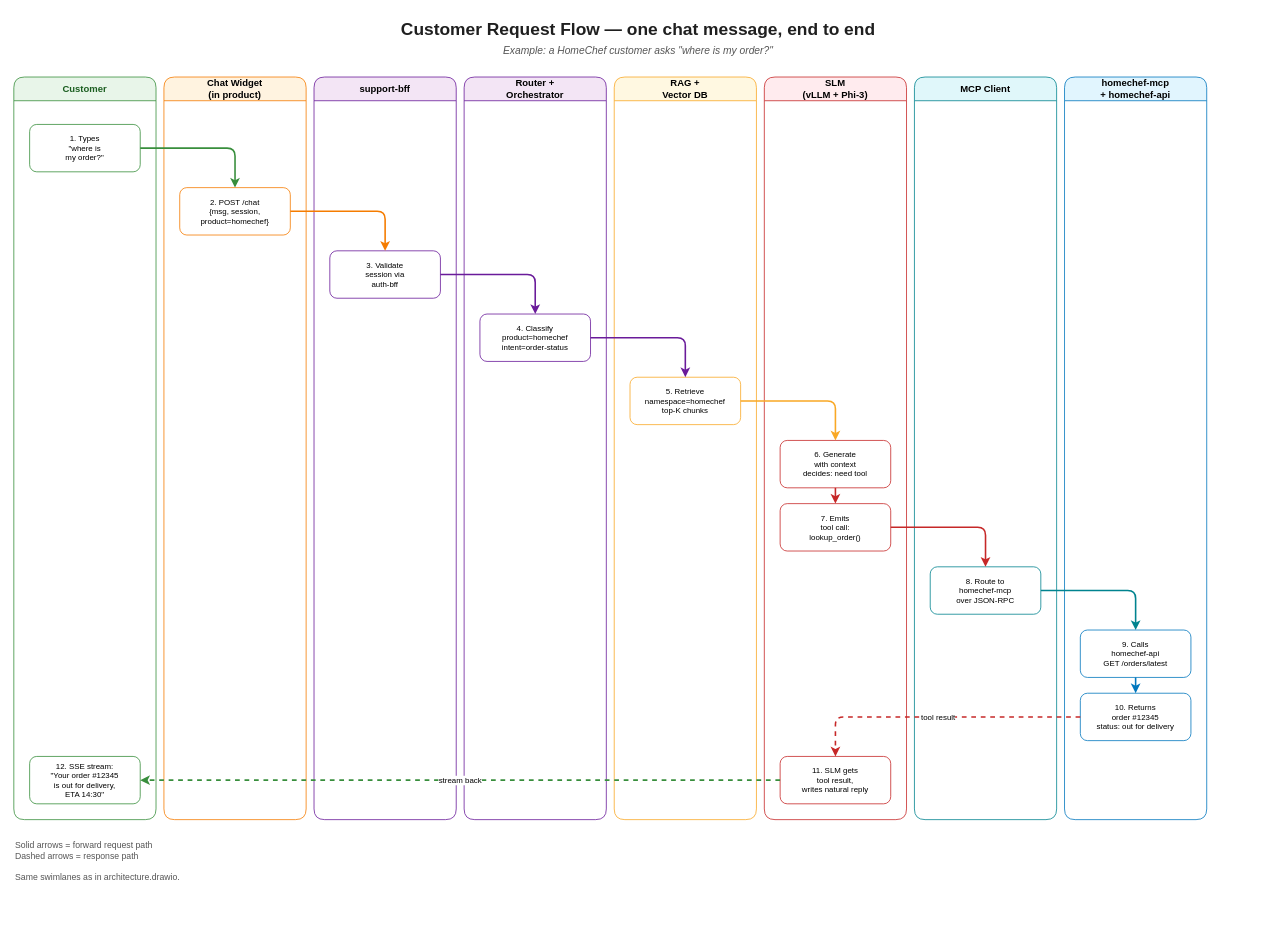
The draw.io diagram docs/diagrams/customer-flow.drawio in tesserix/slm-support-platform, before the edit. Source tidied: cells renumbered, new cells numbered last; positions are measured from the earlier drawing's top-left corner, leaving out a move shared by most shapes. Both pictures are drawn from the tidied source at 79%, with x=0, y=0 at pixel (13, 13).
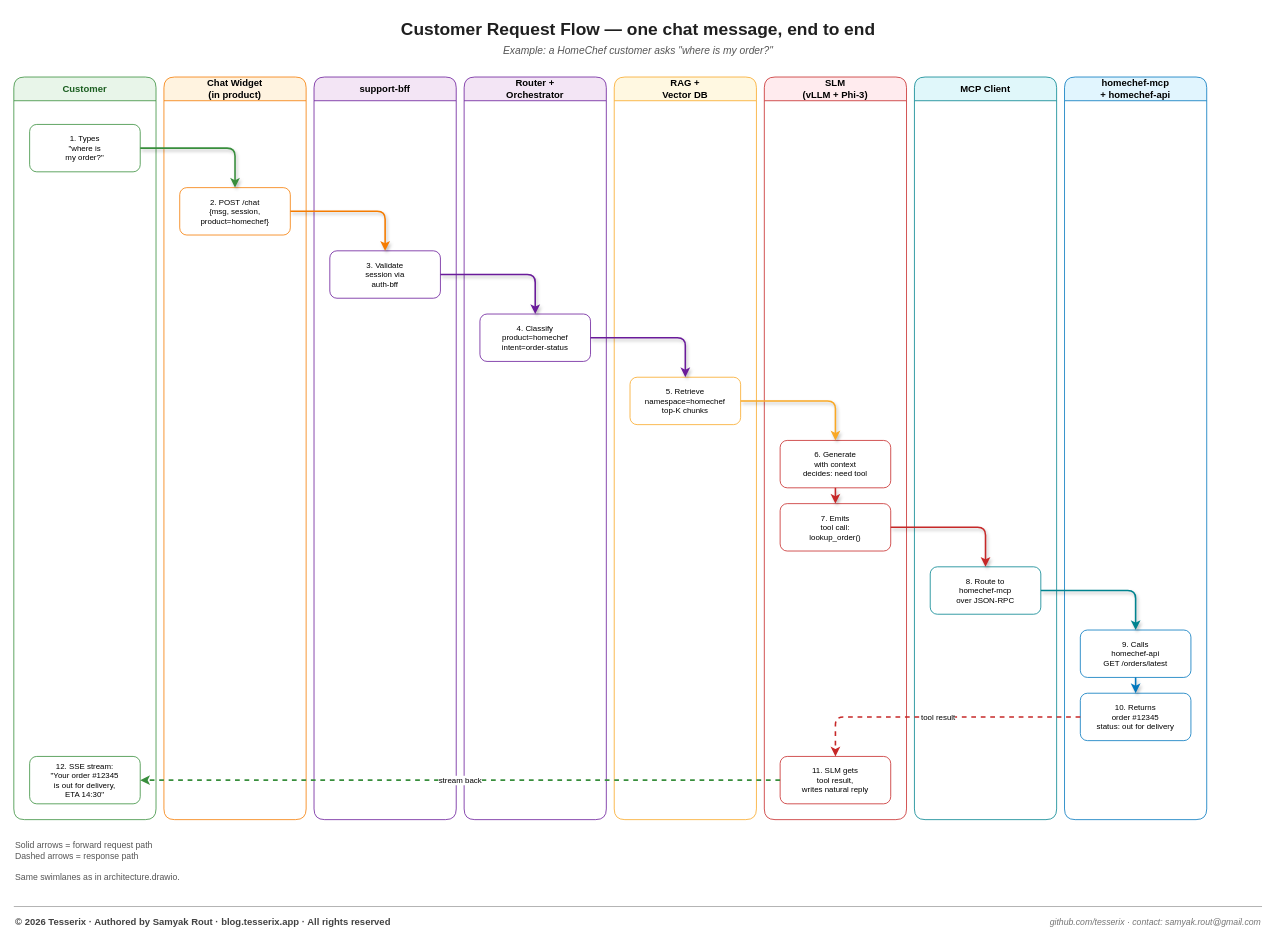
After the change.

Unchanged cells that the change refers to:
```xml
<mxCell id="12" value="1. Types&#10;&quot;where is&#10;my order?&quot;" style="rounded=1;whiteSpace=wrap;html=1;fillColor=#FFFFFF;strokeColor=#388E3C;fontSize=10;align=center;" parent="1" vertex="1">
  <mxGeometry x="20" y="140" width="140" height="60" as="geometry" />
</mxCell>
<mxCell id="13" value="2. POST /chat&#10;{msg, session,&#10;product=homechef}" style="rounded=1;whiteSpace=wrap;html=1;fillColor=#FFFFFF;strokeColor=#F57C00;fontSize=10;align=center;" parent="1" vertex="1">
  <mxGeometry x="210" y="220" width="140" height="60" as="geometry" />
</mxCell>
<mxCell id="14" value="3. Validate&#10;session via&#10;auth-bff" style="rounded=1;whiteSpace=wrap;html=1;fillColor=#FFFFFF;strokeColor=#6A1B9A;fontSize=10;align=center;" parent="1" vertex="1">
  <mxGeometry x="400" y="300" width="140" height="60" as="geometry" />
</mxCell>
<mxCell id="15" value="4. Classify&#10;product=homechef&#10;intent=order-status" style="rounded=1;whiteSpace=wrap;html=1;fillColor=#FFFFFF;strokeColor=#6A1B9A;fontSize=10;align=center;" parent="1" vertex="1">
  <mxGeometry x="590" y="380" width="140" height="60" as="geometry" />
</mxCell>
<mxCell id="16" value="5. Retrieve&#10;namespace=homechef&#10;top-K chunks" style="rounded=1;whiteSpace=wrap;html=1;fillColor=#FFFFFF;strokeColor=#F9A825;fontSize=10;align=center;" parent="1" vertex="1">
  <mxGeometry x="780" y="460" width="140" height="60" as="geometry" />
</mxCell>
<mxCell id="17" value="6. Generate&#10;with context&#10;decides: need tool" style="rounded=1;whiteSpace=wrap;html=1;fillColor=#FFFFFF;strokeColor=#C62828;fontSize=10;align=center;" parent="1" vertex="1">
  <mxGeometry x="970" y="540" width="140" height="60" as="geometry" />
</mxCell>
<mxCell id="18" value="7. Emits&#10;tool call:&#10;lookup_order()" style="rounded=1;whiteSpace=wrap;html=1;fillColor=#FFFFFF;strokeColor=#C62828;fontSize=10;align=center;" parent="1" vertex="1">
  <mxGeometry x="970" y="620" width="140" height="60" as="geometry" />
</mxCell>
<mxCell id="19" value="8. Route to&#10;homechef-mcp&#10;over JSON-RPC" style="rounded=1;whiteSpace=wrap;html=1;fillColor=#FFFFFF;strokeColor=#00838F;fontSize=10;align=center;" parent="1" vertex="1">
  <mxGeometry x="1160" y="700" width="140" height="60" as="geometry" />
</mxCell>
<mxCell id="20" value="9. Calls&#10;homechef-api&#10;GET /orders/latest" style="rounded=1;whiteSpace=wrap;html=1;fillColor=#FFFFFF;strokeColor=#0277BD;fontSize=10;align=center;" parent="1" vertex="1">
  <mxGeometry x="1350" y="780" width="140" height="60" as="geometry" />
</mxCell>
<mxCell id="21" value="10. Returns&#10;order #12345&#10;status: out for delivery" style="rounded=1;whiteSpace=wrap;html=1;fillColor=#FFFFFF;strokeColor=#0277BD;fontSize=10;align=center;" parent="1" vertex="1">
  <mxGeometry x="1350" y="860" width="140" height="60" as="geometry" />
</mxCell>
```

Diff of the diagram source:
```diff
@@
-    <mxCell id="24" style="endArrow=classic;html=1;rounded=1;edgeStyle=orthogonalEdgeStyle;strokeColor=#388E3C;strokeWidth=2;" parent="1" edge="1" source="12" target="13">
+    <mxCell id="24" style="endArrow=classic;html=1;rounded=1;edgeStyle=orthogonalEdgeStyle;strokeColor=#388E3C;strokeWidth=2;flowAnimation=1;shadow=1;" parent="1" edge="1" source="12" target="13">
       <mxGeometry relative="1" as="geometry" />
     </mxCell>
-    <mxCell id="25" style="endArrow=classic;html=1;rounded=1;edgeStyle=orthogonalEdgeStyle;strokeColor=#F57C00;strokeWidth=2;" parent="1" edge="1" source="13" target="14">
+    <mxCell id="25" style="endArrow=classic;html=1;rounded=1;edgeStyle=orthogonalEdgeStyle;strokeColor=#F57C00;strokeWidth=2;flowAnimation=1;shadow=1;" parent="1" edge="1" source="13" target="14">
       <mxGeometry relative="1" as="geometry" />
     </mxCell>
-    <mxCell id="26" style="endArrow=classic;html=1;rounded=1;edgeStyle=orthogonalEdgeStyle;strokeColor=#6A1B9A;strokeWidth=2;" parent="1" edge="1" source="14" target="15">
+    <mxCell id="26" style="endArrow=classic;html=1;rounded=1;edgeStyle=orthogonalEdgeStyle;strokeColor=#6A1B9A;strokeWidth=2;flowAnimation=1;shadow=1;" parent="1" edge="1" source="14" target="15">
       <mxGeometry relative="1" as="geometry" />
     </mxCell>
-    <mxCell id="27" style="endArrow=classic;html=1;rounded=1;edgeStyle=orthogonalEdgeStyle;strokeColor=#6A1B9A;strokeWidth=2;" parent="1" edge="1" source="15" target="16">
+    <mxCell id="27" style="endArrow=classic;html=1;rounded=1;edgeStyle=orthogonalEdgeStyle;strokeColor=#6A1B9A;strokeWidth=2;flowAnimation=1;shadow=1;" parent="1" edge="1" source="15" target="16">
       <mxGeometry relative="1" as="geometry" />
     </mxCell>
-    <mxCell id="28" style="endArrow=classic;html=1;rounded=1;edgeStyle=orthogonalEdgeStyle;strokeColor=#F9A825;strokeWidth=2;" parent="1" edge="1" source="16" target="17">
+    <mxCell id="28" style="endArrow=classic;html=1;rounded=1;edgeStyle=orthogonalEdgeStyle;strokeColor=#F9A825;strokeWidth=2;flowAnimation=1;shadow=1;" parent="1" edge="1" source="16" target="17">
       <mxGeometry relative="1" as="geometry" />
     </mxCell>
-    <mxCell id="29" style="endArrow=classic;html=1;rounded=1;edgeStyle=none;strokeColor=#C62828;strokeWidth=2;" parent="1" edge="1" source="17" target="18">
+    <mxCell id="29" style="endArrow=classic;html=1;rounded=1;edgeStyle=none;strokeColor=#C62828;strokeWidth=2;flowAnimation=1;shadow=1;" parent="1" edge="1" source="17" target="18">
       <mxGeometry relative="1" as="geometry" />
     </mxCell>
-    <mxCell id="30" style="endArrow=classic;html=1;rounded=1;edgeStyle=orthogonalEdgeStyle;strokeColor=#C62828;strokeWidth=2;" parent="1" edge="1" source="18" target="19">
+    <mxCell id="30" style="endArrow=classic;html=1;rounded=1;edgeStyle=orthogonalEdgeStyle;strokeColor=#C62828;strokeWidth=2;flowAnimation=1;shadow=1;" parent="1" edge="1" source="18" target="19">
       <mxGeometry relative="1" as="geometry" />
     </mxCell>
-    <mxCell id="31" style="endArrow=classic;html=1;rounded=1;edgeStyle=orthogonalEdgeStyle;strokeColor=#00838F;strokeWidth=2;" parent="1" edge="1" source="19" target="20">
+    <mxCell id="31" style="endArrow=classic;html=1;rounded=1;edgeStyle=orthogonalEdgeStyle;strokeColor=#00838F;strokeWidth=2;flowAnimation=1;shadow=1;" parent="1" edge="1" source="19" target="20">
       <mxGeometry relative="1" as="geometry" />
     </mxCell>
-    <mxCell id="32" style="endArrow=classic;html=1;rounded=1;edgeStyle=none;strokeColor=#0277BD;strokeWidth=2;" parent="1" edge="1" source="20" target="21">
+    <mxCell id="32" style="endArrow=classic;html=1;rounded=1;edgeStyle=none;strokeColor=#0277BD;strokeWidth=2;flowAnimation=1;shadow=1;" parent="1" edge="1" source="20" target="21">
       <mxGeometry relative="1" as="geometry" />
     </mxCell>
@@
+    <mxCell id="36" style="endArrow=none;html=1;rounded=0;strokeColor=#9E9E9E;strokeWidth=1;" parent="1" edge="1">
+      <mxGeometry relative="1" as="geometry">
+        <mxPoint y="1130" as="sourcePoint" />
+        <mxPoint x="1580" y="1130" as="targetPoint" />
+      </mxGeometry>
+    </mxCell>
+    <mxCell id="37" value="© 2026 Tesserix · Authored by Samyak Rout · blog.tesserix.app · All rights reserved" style="text;html=1;align=left;verticalAlign=middle;fontSize=12;fontStyle=1;fontColor=#424242;fontFamily=Helvetica;" parent="1" vertex="1">
+      <mxGeometry y="1138" width="980" height="24" as="geometry" />
+    </mxCell>
+    <mxCell id="38" value="github.com/tesserix · contact: samyak.rout@gmail.com" style="text;html=1;align=right;verticalAlign=middle;fontSize=11;fontColor=#757575;fontStyle=2;fontFamily=Helvetica;" parent="1" vertex="1">
+      <mxGeometry x="980" y="1138" width="600" height="24" as="geometry" />
+    </mxCell>
```
